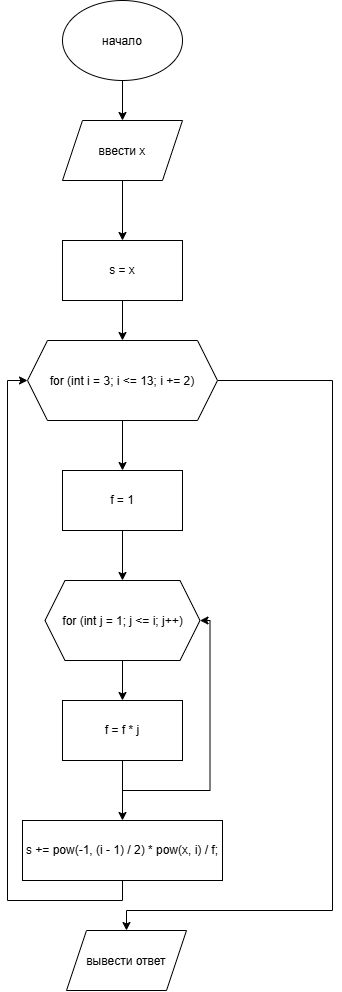
Above: схема4.png in FELIKS123412/dzlab8 (draw.io), before the change. Source tidied: cells renumbered, new cells last; positions are measured from the earlier drawing's top-left corner, leaving out a move shared by most shapes.
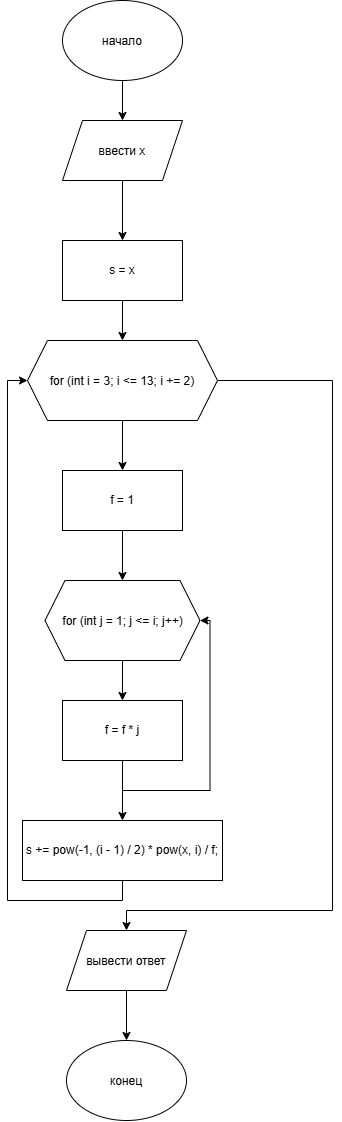
Later version of the same file.

The edit, as a diff of the source:
```diff
@@ -64,6 +64,9 @@
     <mxCell id="19" value="s += pow(-1, (i - 1) / 2) * pow(x, i) / f;" style="rounded=0;whiteSpace=wrap;html=1;" parent="1" vertex="1">
       <mxGeometry y="820" width="200" height="60" as="geometry" />
     </mxCell>
+    <mxCell id="22" style="edgeStyle=orthogonalEdgeStyle;rounded=0;jettySize=auto;html=1;exitX=0.5;exitY=1;exitDx=0;exitDy=0;entryX=0.5;entryY=0;entryDx=0;entryDy=0;" parent="1" edge="1" source="20" target="23">
+      <mxGeometry relative="1" as="geometry" />
+    </mxCell>
     <mxCell id="20" value="вывести ответ&lt;div&gt;&lt;br/&gt;&lt;/div&gt;" style="shape=parallelogram;perimeter=parallelogramPerimeter;whiteSpace=wrap;html=1;shapeInside=1;fixedSize=1;" parent="1" vertex="1">
       <mxGeometry x="44" y="930" width="120" height="60" as="geometry" />
     </mxCell>
@@ -76,5 +79,8 @@
         </Array>
       </mxGeometry>
     </mxCell>
+    <mxCell id="23" value="конец&lt;div&gt;&lt;br/&gt;&lt;/div&gt;" style="ellipse;whiteSpace=wrap;html=1;shapeInside=1;" parent="1" vertex="1">
+      <mxGeometry x="44" y="1040" width="120" height="80" as="geometry" />
+    </mxCell>
   </root>
 </mxGraphModel>
```
